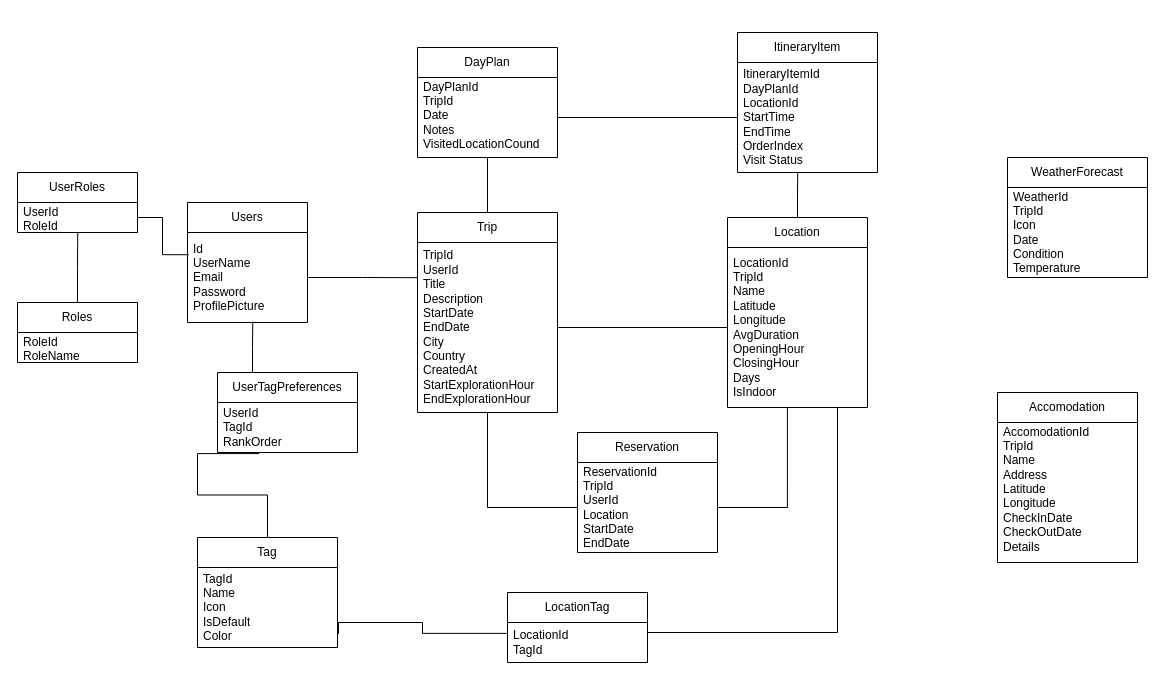
Above: Licenta.drawio in istocsimona/Licenta (draw.io), before the change. Source tidied: cells renumbered, new cells numbered last; positions are measured from the earlier drawing's top-left corner, leaving out a move shared by most shapes. Both pictures are drawn from the tidied source at 100%, with x=0, y=0 at pixel (17, 32).
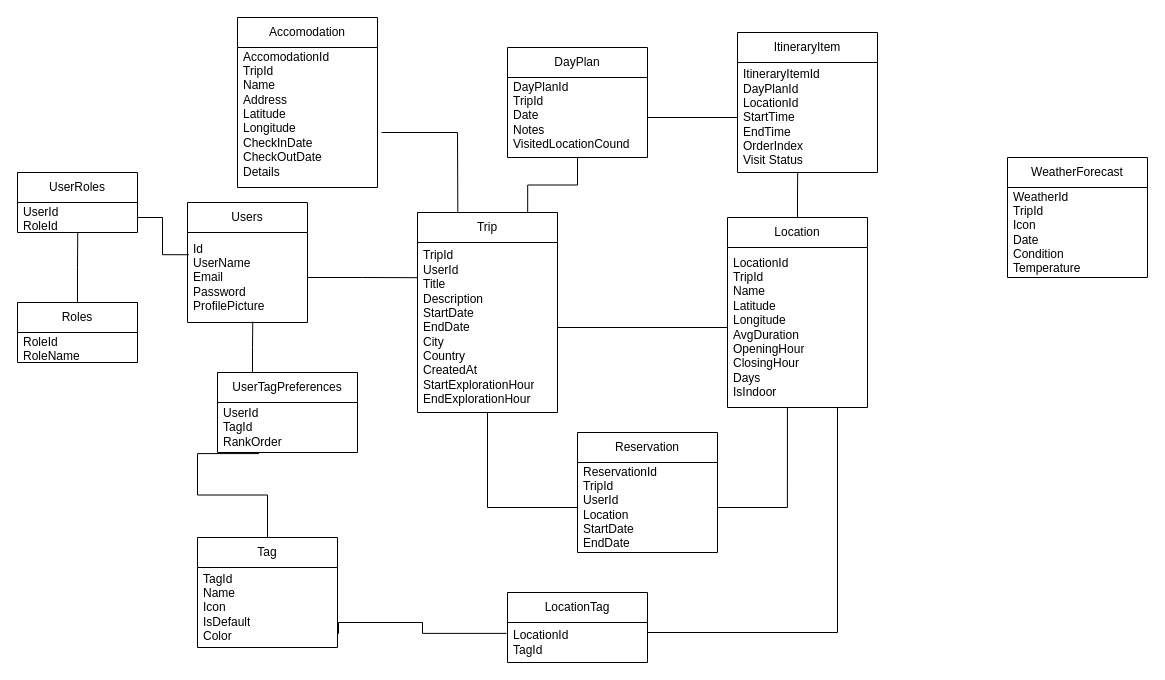
Above is the later version.

Unchanged cells that the change refers to:
```xml
<mxCell id="5" value="Trip" style="swimlane;fontStyle=0;horizontal=1;startSize=30;whiteSpace=wrap;html=1;" parent="1" vertex="1">
  <mxGeometry x="400" y="180" width="140" height="200" as="geometry" />
</mxCell>
```

Change to the diagram source:
```diff
@@
-    <mxCell id="4" style="edgeStyle=orthogonalEdgeStyle;rounded=0;jettySize=auto;html=1;exitX=0.5;exitY=0;exitDx=0;exitDy=0;endArrow=none;endFill=0;entryX=0.5;entryY=1;entryDx=0;entryDy=0;" parent="1" edge="1" source="5" target="12">
+    <mxCell id="4" style="edgeStyle=orthogonalEdgeStyle;rounded=0;jettySize=auto;html=1;endArrow=none;endFill=0;entryX=0.5;entryY=1;entryDx=0;entryDy=0;exitX=0.787;exitY=0.005;exitDx=0;exitDy=0;exitPerimeter=0;" parent="1" edge="1" source="5" target="12">
       <mxGeometry relative="1" as="geometry" />
     </mxCell>
@@
     <mxCell id="12" value="DayPlan" style="swimlane;fontStyle=0;horizontal=1;startSize=30;whiteSpace=wrap;html=1;" parent="1" vertex="1">
-      <mxGeometry x="400" y="15" width="140" height="110" as="geometry" />
+      <mxGeometry x="490" y="15" width="140" height="110" as="geometry" />
     </mxCell>
@@
     <mxCell id="25" value="Accomodation" style="swimlane;fontStyle=0;horizontal=1;startSize=30;whiteSpace=wrap;html=1;" parent="1" vertex="1">
-      <mxGeometry x="980" y="360" width="140" height="170" as="geometry" />
+      <mxGeometry x="220" y="-15" width="140" height="170" as="geometry" />
     </mxCell>
@@
+    <mxCell id="41" style="endArrow=none;html=1;rounded=0;exitX=0.288;exitY=-0.003;exitDx=0;exitDy=0;exitPerimeter=0;" parent="1" edge="1" source="5">
+      <mxGeometry relative="1" as="geometry">
+        <mxPoint x="364" y="100" as="targetPoint" />
+        <Array as="points">
+          <mxPoint x="440" y="100" />
+        </Array>
+      </mxGeometry>
+    </mxCell>
```
